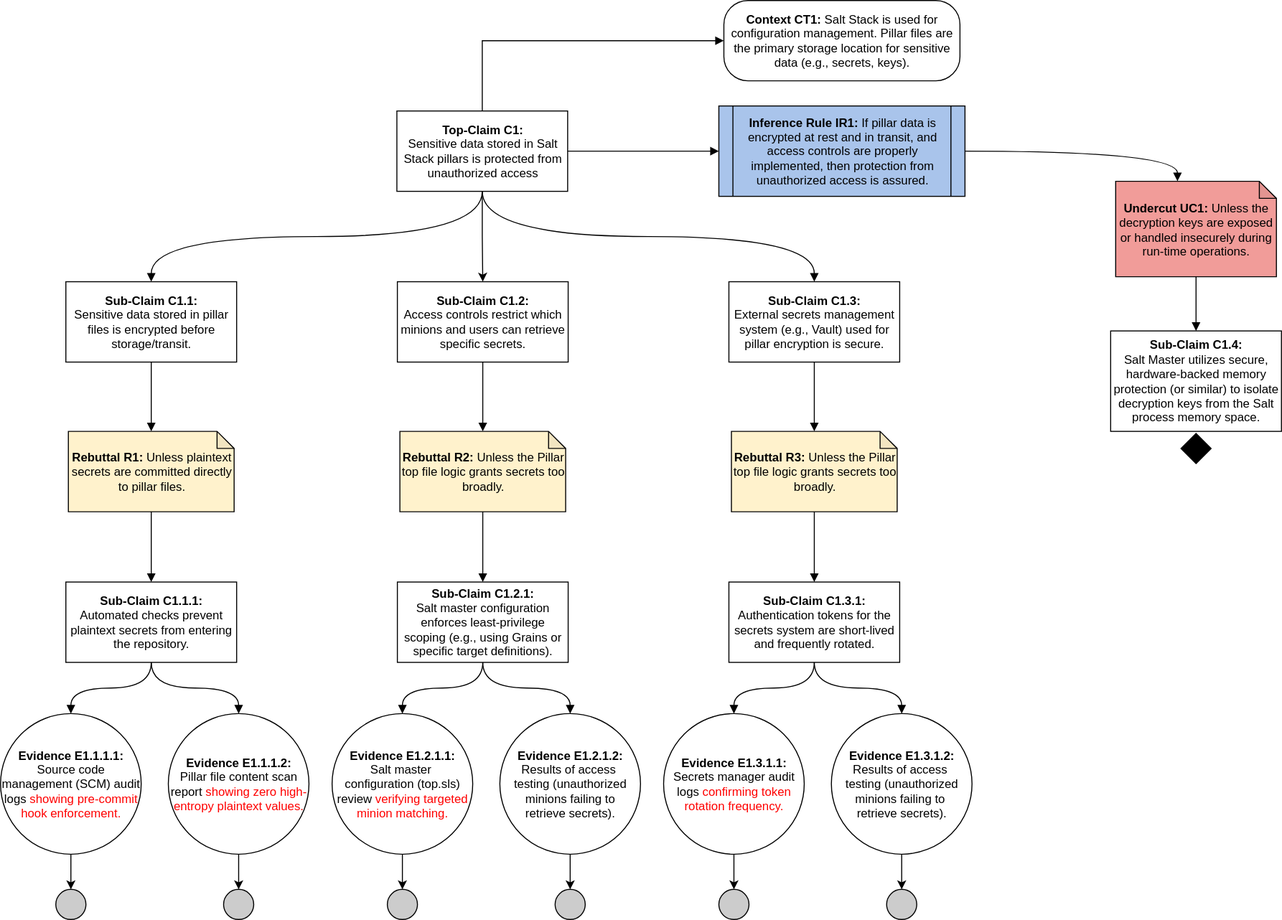
Before: assurance_cases/Claim_Farjad.svg, a diagram exported from draw.io (smfarjad/CYBR8420_Team3). Source tidied: cells renumbered, new cells last; positions are measured from the earlier drawing's top-left corner, leaving out a move shared by most shapes.
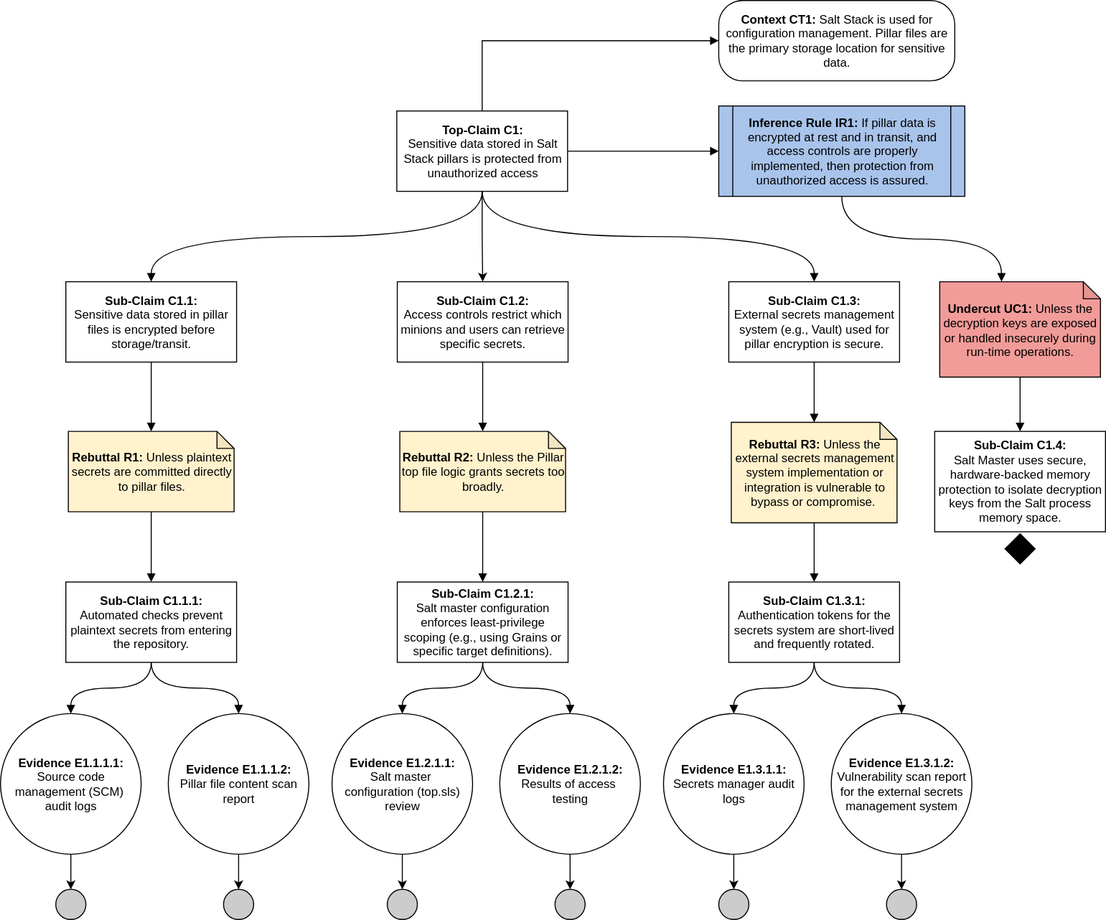
The same file after the commit.

Commit message:
Complete Part 1 and Part 2 for Assignment 3 - Farjad

Diff of the diagram source:
```diff
@@ -3,7 +3,11 @@
     <mxCell id="0" />
     <mxCell id="1" parent="0" />
     <mxCell id="2" style="edgeStyle=orthogonalEdgeStyle;rounded=0;jettySize=auto;html=1;exitX=0.5;exitY=0;exitDx=0;exitDy=0;entryX=0;entryY=0.5;entryDx=0;entryDy=0;endArrow=block;endFill=1;" parent="1" edge="1" source="6" target="7">
-      <mxGeometry relative="1" as="geometry" />
+      <mxGeometry relative="1" as="geometry">
+        <Array as="points">
+          <mxPoint x="480" y="40" />
+        </Array>
+      </mxGeometry>
     </mxCell>
     <mxCell id="3" style="edgeStyle=orthogonalEdgeStyle;rounded=0;jettySize=auto;html=1;endArrow=block;endFill=1;curved=1;entryX=0.5;entryY=0;entryDx=0;entryDy=0;exitX=0.5;exitY=1;exitDx=0;exitDy=0;" parent="1" edge="1" source="6" target="17">
       <mxGeometry relative="1" as="geometry" />
@@ -17,8 +21,8 @@
     <mxCell id="6" value="&lt;div&gt;&lt;b&gt;Top-Claim C1:&lt;/b&gt;&lt;/div&gt;&lt;div&gt;Sensitive data stored in Salt Stack pillars is protected from unauthorized access&lt;/div&gt;" style="rounded=0;whiteSpace=wrap;html=1;" parent="1" vertex="1">
       <mxGeometry x="394.5" y="110" width="170" height="80" as="geometry" />
     </mxCell>
-    <mxCell id="7" value="&lt;b&gt;Context CT1:&lt;/b&gt; Salt Stack is used for configuration management. Pillar files are the primary storage location for sensitive data&amp;nbsp;(e.g., secrets, keys).                " style="rounded=1;whiteSpace=wrap;html=1;arcSize=30;" parent="1" vertex="1">
-      <mxGeometry x="720" width="235" height="80" as="geometry" />
+    <mxCell id="7" value="&lt;b&gt;Context CT1:&lt;/b&gt; Salt Stack is used for configuration management. Pillar files are the primary storage location for sensitive data.                " style="rounded=1;whiteSpace=wrap;html=1;arcSize=30;" parent="1" vertex="1">
+      <mxGeometry x="715" width="235" height="80" as="geometry" />
     </mxCell>
     <mxCell id="8" style="edgeStyle=orthogonalEdgeStyle;curved=1;rounded=0;jettySize=auto;html=1;endArrow=block;endFill=1;exitX=0.5;exitY=1;exitDx=0;exitDy=0;entryX=0.5;entryY=0;entryDx=0;entryDy=0;entryPerimeter=0;" parent="1" edge="1" source="17" target="10">
       <mxGeometry relative="1" as="geometry" />
@@ -39,13 +43,13 @@
       <mxGeometry relative="1" as="geometry" />
     </mxCell>
     <mxCell id="14" value="&lt;b&gt;Undercut UC1:&amp;nbsp;&lt;/b&gt;&lt;span class=&quot;ng-star-inserted&quot;&gt;Unless the decryption keys are exposed or handled insecurely during run-time operations.&lt;/span&gt;" style="shape=note;whiteSpace=wrap;html=1;backgroundOutline=1;darkOpacity=0.05;size=17;fillColor=#F19C99;" parent="1" vertex="1">
-      <mxGeometry x="1110" y="180" width="160" height="95" as="geometry" />
+      <mxGeometry x="935" y="280" width="160" height="95" as="geometry" />
     </mxCell>
-    <mxCell id="15" value="&lt;div&gt;&lt;b&gt;Sub-Claim C1.4:&lt;/b&gt;&lt;/div&gt;&lt;div&gt;&lt;span class=&quot;ng-star-inserted&quot;&gt;Salt Master utilizes secure, hardware-backed memory protection (or similar) to isolate decryption keys from the Salt process memory space.&lt;/span&gt;&lt;/div&gt;" style="rounded=0;whiteSpace=wrap;html=1;" parent="1" vertex="1">
-      <mxGeometry x="1105" y="329" width="170" height="100" as="geometry" />
+    <mxCell id="15" value="&lt;div&gt;&lt;b&gt;Sub-Claim C1.4:&lt;/b&gt;&lt;/div&gt;&lt;div&gt;&lt;span class=&quot;ng-star-inserted&quot;&gt;Salt Master uses secure, hardware-backed memory protection to isolate decryption keys from the Salt process memory space.&lt;/span&gt;&lt;/div&gt;" style="rounded=0;whiteSpace=wrap;html=1;" parent="1" vertex="1">
+      <mxGeometry x="930" y="429" width="170" height="100" as="geometry" />
     </mxCell>
     <mxCell id="16" style="rhombus;whiteSpace=wrap;html=1;fillColor=#000000;" parent="1" vertex="1">
-      <mxGeometry x="1175" y="431" width="30" height="30" as="geometry" />
+      <mxGeometry x="1000" y="531" width="30" height="30" as="geometry" />
     </mxCell>
     <mxCell id="17" value="&lt;div&gt;&lt;b&gt;Sub-Claim C1.1:&lt;/b&gt;&lt;/div&gt;&lt;div&gt;&lt;span class=&quot;ng-star-inserted&quot;&gt;Sensitive data stored in pillar files is encrypted before storage/transit.&lt;/span&gt;&lt;span class=&quot;ng-star-inserted&quot;&gt;&lt;/span&gt;&lt;/div&gt;" style="rounded=0;whiteSpace=wrap;html=1;" parent="1" vertex="1">
       <mxGeometry x="65" y="280" width="170" height="80" as="geometry" />
@@ -56,13 +60,13 @@
     <mxCell id="19" style="edgeStyle=orthogonalEdgeStyle;rounded=0;jettySize=auto;html=1;entryX=0.5;entryY=0;entryDx=0;entryDy=0;" parent="1" edge="1" source="20" target="25">
       <mxGeometry relative="1" as="geometry" />
     </mxCell>
-    <mxCell id="20" value="&lt;b&gt;Evidence E1.1.1.1:&lt;/b&gt;&lt;br&gt;&lt;span class=&quot;ng-star-inserted&quot;&gt;Source code management (SCM) audit logs &lt;span style=&quot;color: rgb(255, 0, 0);&quot;&gt;showing pre-commit hook enforcement.&lt;/span&gt;&lt;/span&gt;" style="ellipse;whiteSpace=wrap;html=1;fillColor=#ffffff;rounded=0;" parent="1" vertex="1">
+    <mxCell id="20" value="&lt;b&gt;Evidence E1.1.1.1:&lt;/b&gt;&lt;br&gt;&lt;div&gt;&lt;span class=&quot;ng-star-inserted&quot;&gt;Source code management (SCM)&amp;nbsp;&lt;/span&gt;&lt;/div&gt;&lt;div&gt;&lt;span class=&quot;ng-star-inserted&quot;&gt;audit logs&lt;/span&gt;&lt;/div&gt;" style="ellipse;whiteSpace=wrap;html=1;fillColor=#ffffff;rounded=0;" parent="1" vertex="1">
       <mxGeometry y="710" width="140" height="140" as="geometry" />
     </mxCell>
     <mxCell id="21" style="edgeStyle=orthogonalEdgeStyle;rounded=0;jettySize=auto;html=1;" parent="1" edge="1" source="22" target="26">
       <mxGeometry relative="1" as="geometry" />
     </mxCell>
-    <mxCell id="22" value="&lt;div&gt;&lt;b&gt;Evidence E1.1.1.2:&lt;/b&gt;&lt;span class=&quot;ng-star-inserted&quot;&gt;&lt;br&gt;&lt;/span&gt;&lt;/div&gt;&lt;div&gt;&lt;span class=&quot;ng-star-inserted&quot;&gt;Pillar file content scan report&lt;span style=&quot;color: rgb(255, 0, 0);&quot;&gt; showing zero high-entropy plaintext values.&lt;/span&gt;&lt;/span&gt;&lt;span class=&quot;ng-star-inserted&quot;&gt;&lt;/span&gt;&lt;/div&gt;" style="ellipse;whiteSpace=wrap;html=1;fillColor=#ffffff;rounded=0;" parent="1" vertex="1">
+    <mxCell id="22" value="&lt;div&gt;&lt;b&gt;Evidence E1.1.1.2:&lt;/b&gt;&lt;span class=&quot;ng-star-inserted&quot;&gt;&lt;br&gt;&lt;/span&gt;&lt;/div&gt;&lt;div&gt;&lt;span class=&quot;ng-star-inserted&quot;&gt;Pillar file content scan report&lt;/span&gt;&lt;span class=&quot;ng-star-inserted&quot;&gt;&lt;/span&gt;&lt;/div&gt;" style="ellipse;whiteSpace=wrap;html=1;fillColor=#ffffff;rounded=0;" parent="1" vertex="1">
       <mxGeometry x="167" y="710" width="140" height="140" as="geometry" />
     </mxCell>
     <mxCell id="23" style="edgeStyle=orthogonalEdgeStyle;curved=1;rounded=0;jettySize=auto;html=1;exitX=0.5;exitY=1;exitDx=0;exitDy=0;entryX=0.5;entryY=0;entryDx=0;entryDy=0;endArrow=block;endFill=1;" parent="1" edge="1" source="18" target="20">
@@ -95,13 +99,13 @@
     <mxCell id="32" style="edgeStyle=orthogonalEdgeStyle;rounded=0;jettySize=auto;html=1;entryX=0.5;entryY=0;entryDx=0;entryDy=0;" parent="1" edge="1" source="33" target="38">
       <mxGeometry relative="1" as="geometry" />
     </mxCell>
-    <mxCell id="33" value="&lt;div&gt;&lt;b&gt;Evidence E1.2.1.1:&lt;/b&gt;&lt;b class=&quot;ng-star-inserted&quot;&gt;&lt;br&gt;&lt;/b&gt;&lt;/div&gt;&lt;div&gt;&lt;span class=&quot;ng-star-inserted&quot;&gt;Salt master&amp;nbsp;&lt;/span&gt;&lt;/div&gt;&lt;div&gt;&lt;span class=&quot;ng-star-inserted&quot;&gt;configuration (&lt;/span&gt;&lt;span class=&quot;code ng-star-inserted&quot;&gt;top.sls&lt;/span&gt;&lt;span class=&quot;ng-star-inserted&quot;&gt;) review &lt;span style=&quot;color: rgb(255, 0, 0);&quot;&gt;verifying targeted minion matching.&lt;/span&gt;&lt;/span&gt;&lt;/div&gt;" style="ellipse;whiteSpace=wrap;html=1;fillColor=#ffffff;rounded=0;" parent="1" vertex="1">
+    <mxCell id="33" value="&lt;div&gt;&lt;b&gt;Evidence E1.2.1.1:&lt;/b&gt;&lt;b class=&quot;ng-star-inserted&quot;&gt;&lt;br&gt;&lt;/b&gt;&lt;/div&gt;&lt;div&gt;&lt;span class=&quot;ng-star-inserted&quot;&gt;Salt master&amp;nbsp;&lt;/span&gt;&lt;/div&gt;&lt;div&gt;&lt;span class=&quot;ng-star-inserted&quot;&gt;configuration (&lt;/span&gt;&lt;span class=&quot;code ng-star-inserted&quot;&gt;top.sls&lt;/span&gt;&lt;span class=&quot;ng-star-inserted&quot;&gt;) review&lt;/span&gt;&lt;/div&gt;" style="ellipse;whiteSpace=wrap;html=1;fillColor=#ffffff;rounded=0;" parent="1" vertex="1">
       <mxGeometry x="330" y="710" width="140" height="140" as="geometry" />
     </mxCell>
     <mxCell id="34" style="edgeStyle=orthogonalEdgeStyle;rounded=0;jettySize=auto;html=1;" parent="1" edge="1" source="35" target="39">
       <mxGeometry relative="1" as="geometry" />
     </mxCell>
-    <mxCell id="35" value="&lt;div&gt;&lt;b&gt;Evidence E1.2.1.2:&lt;/b&gt;&lt;span class=&quot;ng-star-inserted&quot;&gt;&lt;br&gt;&lt;/span&gt;&lt;/div&gt;&lt;div&gt;&lt;b class=&quot;ng-star-inserted&quot;&gt; &lt;/b&gt;&lt;span class=&quot;ng-star-inserted&quot;&gt;Results of access&amp;nbsp;&lt;br&gt;testing (unauthorized minions failing to&lt;br&gt;retrieve secrets).&lt;/span&gt;&lt;span class=&quot;ng-star-inserted&quot;&gt;&lt;/span&gt;&lt;/div&gt;" style="ellipse;whiteSpace=wrap;html=1;fillColor=#ffffff;rounded=0;" parent="1" vertex="1">
+    <mxCell id="35" value="&lt;div&gt;&lt;b&gt;Evidence E1.2.1.2:&lt;/b&gt;&lt;span class=&quot;ng-star-inserted&quot;&gt;&lt;br&gt;&lt;/span&gt;&lt;/div&gt;&lt;div&gt;&lt;b class=&quot;ng-star-inserted&quot;&gt; &lt;/b&gt;&lt;span class=&quot;ng-star-inserted&quot;&gt;Results of access&amp;nbsp;&lt;br&gt;testing&lt;/span&gt;&lt;span class=&quot;ng-star-inserted&quot;&gt;&lt;/span&gt;&lt;/div&gt;" style="ellipse;whiteSpace=wrap;html=1;fillColor=#ffffff;rounded=0;" parent="1" vertex="1">
       <mxGeometry x="497" y="710" width="140" height="140" as="geometry" />
     </mxCell>
     <mxCell id="36" style="edgeStyle=orthogonalEdgeStyle;curved=1;rounded=0;jettySize=auto;html=1;exitX=0.5;exitY=1;exitDx=0;exitDy=0;entryX=0.5;entryY=0;entryDx=0;entryDy=0;endArrow=block;endFill=1;" parent="1" edge="1" source="31" target="33">
@@ -122,8 +126,8 @@
     <mxCell id="41" style="edgeStyle=orthogonalEdgeStyle;curved=1;rounded=0;jettySize=auto;html=1;exitX=0.5;exitY=1;exitDx=0;exitDy=0;exitPerimeter=0;endArrow=block;endFill=1;entryX=0.5;entryY=0;entryDx=0;entryDy=0;" parent="1" edge="1" source="42" target="44">
       <mxGeometry relative="1" as="geometry" />
     </mxCell>
-    <mxCell id="42" value="&lt;b&gt;Rebuttal R3:&amp;nbsp;&lt;/b&gt;&lt;span class=&quot;ng-star-inserted&quot;&gt;Unless the Pillar top file logic grants secrets too broadly.&lt;/span&gt;" style="shape=note;whiteSpace=wrap;html=1;backgroundOutline=1;darkOpacity=0.05;size=17;fillColor=#FFF2CC;" parent="1" vertex="1">
-      <mxGeometry x="727.5" y="429" width="165" height="80" as="geometry" />
+    <mxCell id="42" value="&lt;b&gt;Rebuttal R3:&amp;nbsp;&lt;/b&gt;&lt;span class=&quot;ng-star-inserted&quot;&gt;Unless the external secrets management system implementation or integration is vulnerable to bypass or compromise.&lt;/span&gt;&lt;b&gt;&amp;nbsp;&lt;/b&gt;" style="shape=note;whiteSpace=wrap;html=1;backgroundOutline=1;darkOpacity=0.05;size=17;fillColor=#FFF2CC;" parent="1" vertex="1">
+      <mxGeometry x="727.5" y="420" width="165" height="100" as="geometry" />
     </mxCell>
     <mxCell id="43" value="&lt;div&gt;&lt;b&gt;Sub-Claim C1.3:&lt;/b&gt;&lt;/div&gt;&lt;div&gt;&lt;b class=&quot;ng-star-inserted&quot;&gt; &lt;/b&gt;&lt;span class=&quot;ng-star-inserted&quot;&gt;External secrets management system (e.g., Vault) used for pillar encryption is secure.&lt;/span&gt;&lt;span class=&quot;ng-star-inserted&quot;&gt;&lt;/span&gt;&lt;span class=&quot;ng-star-inserted&quot;&gt;&lt;/span&gt;&lt;/div&gt;" style="rounded=0;whiteSpace=wrap;html=1;" parent="1" vertex="1">
       <mxGeometry x="725" y="280" width="170" height="80" as="geometry" />
@@ -134,13 +138,13 @@
     <mxCell id="45" style="edgeStyle=orthogonalEdgeStyle;rounded=0;jettySize=auto;html=1;entryX=0.5;entryY=0;entryDx=0;entryDy=0;" parent="1" edge="1" source="46" target="51">
       <mxGeometry relative="1" as="geometry" />
     </mxCell>
-    <mxCell id="46" value="&lt;div&gt;&lt;b&gt;Evidence E1.3.1.1:&lt;/b&gt;&lt;b class=&quot;ng-star-inserted&quot;&gt;&lt;br&gt;&lt;/b&gt;&lt;/div&gt;&lt;span class=&quot;ng-star-inserted&quot;&gt;Secrets manager audit logs &lt;span style=&quot;color: rgb(255, 0, 0);&quot;&gt;confirming token rotation frequency.&lt;/span&gt;&lt;/span&gt;&lt;span class=&quot;ng-star-inserted&quot;&gt;&lt;/span&gt;" style="ellipse;whiteSpace=wrap;html=1;fillColor=#ffffff;rounded=0;" parent="1" vertex="1">
+    <mxCell id="46" value="&lt;div&gt;&lt;b&gt;Evidence E1.3.1.1:&lt;/b&gt;&lt;b class=&quot;ng-star-inserted&quot;&gt;&lt;br&gt;&lt;/b&gt;&lt;/div&gt;&lt;span class=&quot;ng-star-inserted&quot;&gt;Secrets manager audit logs&lt;/span&gt;&lt;span class=&quot;ng-star-inserted&quot;&gt;&lt;/span&gt;" style="ellipse;whiteSpace=wrap;html=1;fillColor=#ffffff;rounded=0;" parent="1" vertex="1">
       <mxGeometry x="660" y="710" width="140" height="140" as="geometry" />
     </mxCell>
     <mxCell id="47" style="edgeStyle=orthogonalEdgeStyle;rounded=0;jettySize=auto;html=1;" parent="1" edge="1" source="48" target="52">
       <mxGeometry relative="1" as="geometry" />
     </mxCell>
-    <mxCell id="48" value="&lt;div&gt;&lt;b&gt;Evidence E1.3.1.2:&lt;/b&gt;&lt;span class=&quot;ng-star-inserted&quot;&gt;&lt;br&gt;&lt;/span&gt;&lt;/div&gt;&lt;div&gt;&lt;b class=&quot;ng-star-inserted&quot;&gt; &lt;/b&gt;&lt;span class=&quot;ng-star-inserted&quot;&gt;Results of access&amp;nbsp;&lt;br&gt;testing (unauthorized minions failing to&amp;nbsp;&lt;/span&gt;&lt;/div&gt;&lt;div&gt;&lt;span class=&quot;ng-star-inserted&quot;&gt;retrieve secrets).&lt;/span&gt;&lt;span class=&quot;ng-star-inserted&quot;&gt;&lt;/span&gt;&lt;/div&gt;" style="ellipse;whiteSpace=wrap;html=1;fillColor=#ffffff;rounded=0;" parent="1" vertex="1">
+    <mxCell id="48" value="&lt;div&gt;&lt;b&gt;Evidence E1.3.1.2:&lt;/b&gt;&lt;span class=&quot;ng-star-inserted&quot;&gt;&lt;br&gt;&lt;/span&gt;&lt;/div&gt;&lt;span class=&quot;ng-star-inserted&quot;&gt;Vulnerability scan report for the external secrets management system&lt;/span&gt;&lt;span class=&quot;ng-star-inserted&quot;&gt;&lt;/span&gt;" style="ellipse;whiteSpace=wrap;html=1;fillColor=#ffffff;rounded=0;" parent="1" vertex="1">
       <mxGeometry x="827" y="710" width="140" height="140" as="geometry" />
     </mxCell>
     <mxCell id="49" style="edgeStyle=orthogonalEdgeStyle;curved=1;rounded=0;jettySize=auto;html=1;exitX=0.5;exitY=1;exitDx=0;exitDy=0;entryX=0.5;entryY=0;entryDx=0;entryDy=0;endArrow=block;endFill=1;" parent="1" edge="1" source="44" target="46">
```
